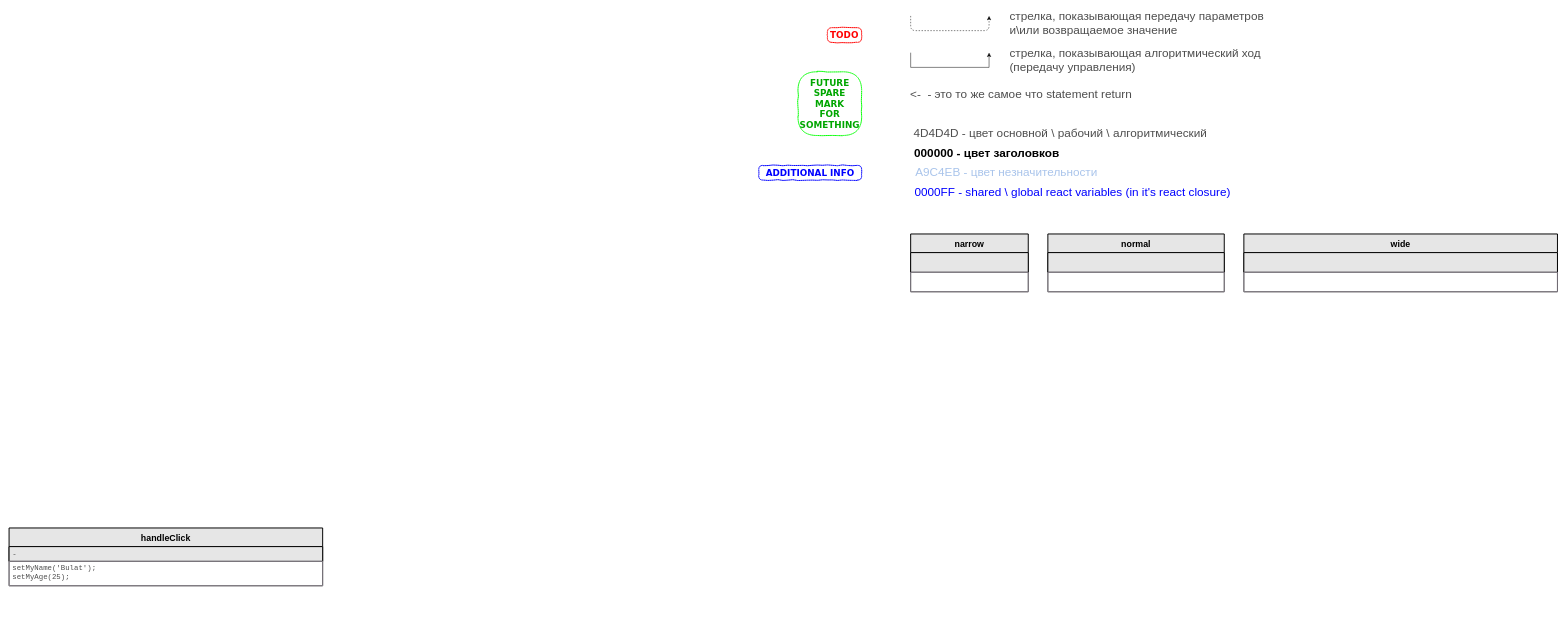
The draw.io diagram page "handleClick2" (8 of 9) of React.Internals.18..drawio in bullet03/react_internals, before the edit. Source tidied: cells renumbered, new cells numbered last; positions are measured from the earlier drawing's top-left corner, leaving out a move shared by most shapes. Both pictures are drawn from the tidied source at 49%, with x=0, y=0 at pixel (9, 8).
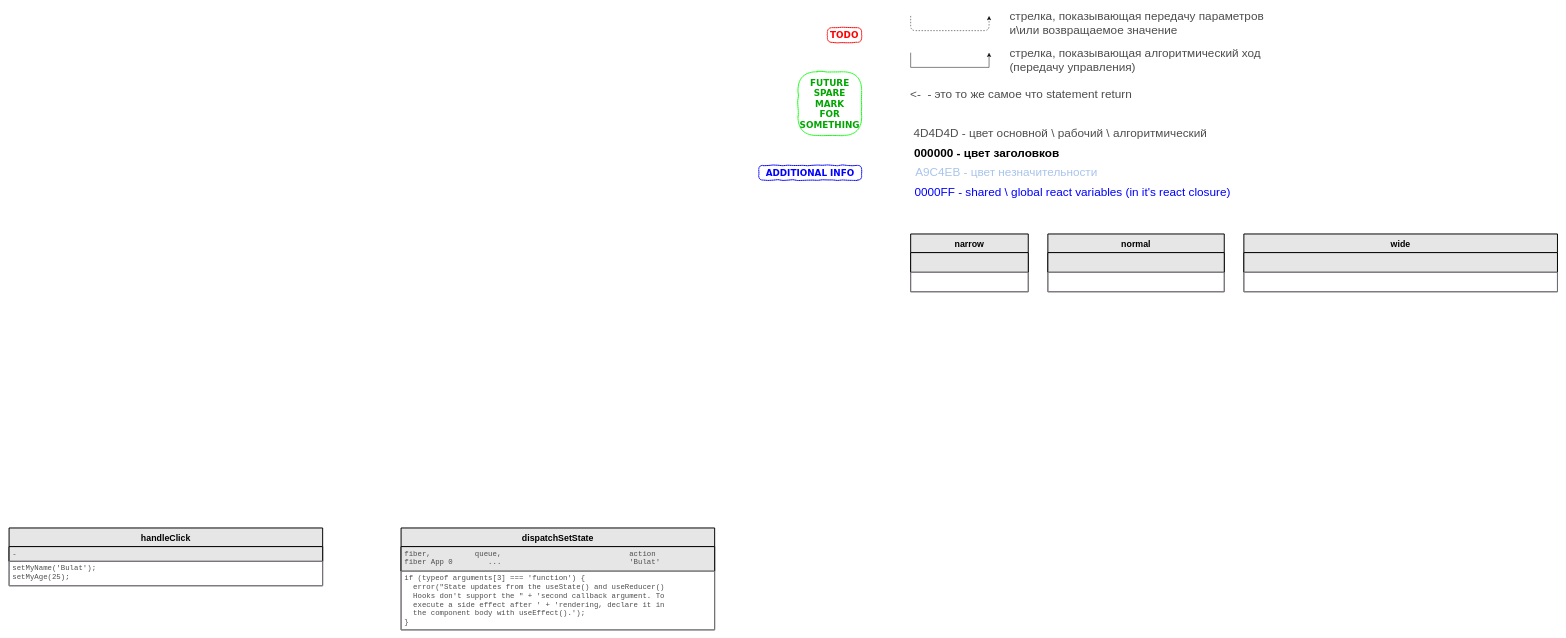
The same diagram, later.

Commit message:
pic: some sync in images

What changed in the source:
```diff
@@
+    <mxCell id="28" value="dispatchSetState" style="swimlane;fontStyle=1;horizontal=1;startSize=38;fillColor=#E6E6E6;labelBackgroundColor=none;swimlaneFillColor=#ffffff;strokeWidth=2;glass=0;fontSize=18;" parent="1" vertex="1">
+      <mxGeometry x="800" y="1060" width="640" height="208" as="geometry" />
+    </mxCell>
+    <mxCell id="29" value="fiber,&amp;nbsp; &amp;nbsp; &amp;nbsp; &amp;nbsp; &amp;nbsp; queue,&amp;nbsp; &amp;nbsp; &amp;nbsp; &amp;nbsp; &amp;nbsp; &amp;nbsp; &amp;nbsp; &amp;nbsp; &amp;nbsp; &amp;nbsp; &amp;nbsp; &amp;nbsp; &amp;nbsp; &amp;nbsp; &amp;nbsp;action&lt;br&gt;fiber App 0&amp;nbsp; &amp;nbsp; &amp;nbsp; &amp;nbsp; ...&amp;nbsp; &amp;nbsp; &amp;nbsp; &amp;nbsp; &amp;nbsp; &amp;nbsp; &amp;nbsp; &amp;nbsp; &amp;nbsp; &amp;nbsp; &amp;nbsp; &amp;nbsp; &amp;nbsp; &amp;nbsp; &amp;nbsp;'Bulat'" style="shape=note;whiteSpace=wrap;html=1;size=0;verticalAlign=top;align=left;spacingTop=-6;fontSize=15;overflow=hidden;strokeColor=default;spacingTop=0;spacingLeft=5;spacingRight=0;spacingBottom=10;fontColor=#4D4D4D;fontFamily=Courier New;fontStyle=0;fillColor=#E6E6E6;perimeterSpacing=0;strokeWidth=2;" parent="28" vertex="1">
+      <mxGeometry y="38" width="640" height="50" as="geometry" />
+    </mxCell>
+    <mxCell id="30" value="&lt;div&gt;if (typeof arguments[3] === 'function') {&lt;/div&gt;&lt;div&gt;&amp;nbsp; error(&quot;State updates from the useState() and useReducer()&lt;/div&gt;&lt;div&gt;&amp;nbsp; Hooks don't support the &quot; + 'second callback argument. To&lt;/div&gt;&lt;div&gt;&amp;nbsp; execute a side effect after ' + 'rendering, declare it in&amp;nbsp;&lt;/div&gt;&lt;div&gt;&amp;nbsp; the component body with useEffect().');&lt;/div&gt;&lt;div&gt;}&lt;/div&gt;" style="shape=note;whiteSpace=wrap;html=1;size=0;verticalAlign=top;align=left;spacingTop=-6;fontSize=15;overflow=hidden;strokeColor=#E1D5E7;spacingTop=0;spacingLeft=5;spacingRight=0;spacingBottom=10;fontColor=#4D4D4D;fontFamily=Courier New;fillColor=none;" parent="28" vertex="1">
+      <mxGeometry y="88" width="640" height="120" as="geometry" />
+    </mxCell>
```
